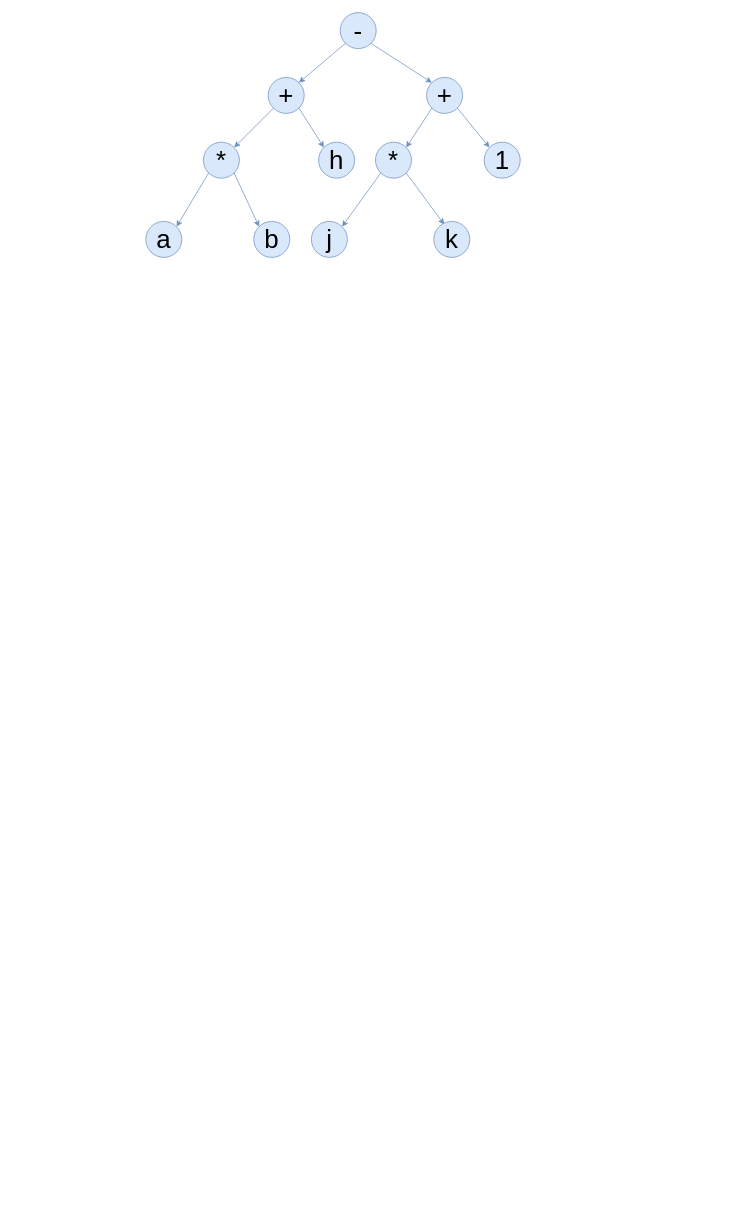
NealD00/Diagramin keeps this draw.io diagram as Actividad 9 compi.drawio. Above is the earlier version. Source tidied: cells renumbered, new cells numbered last; positions are measured from the earlier drawing's top-left corner, leaving out a move shared by most shapes. Both pictures are drawn from the tidied source at 72%, with x=0, y=0 at pixel (145, 12).
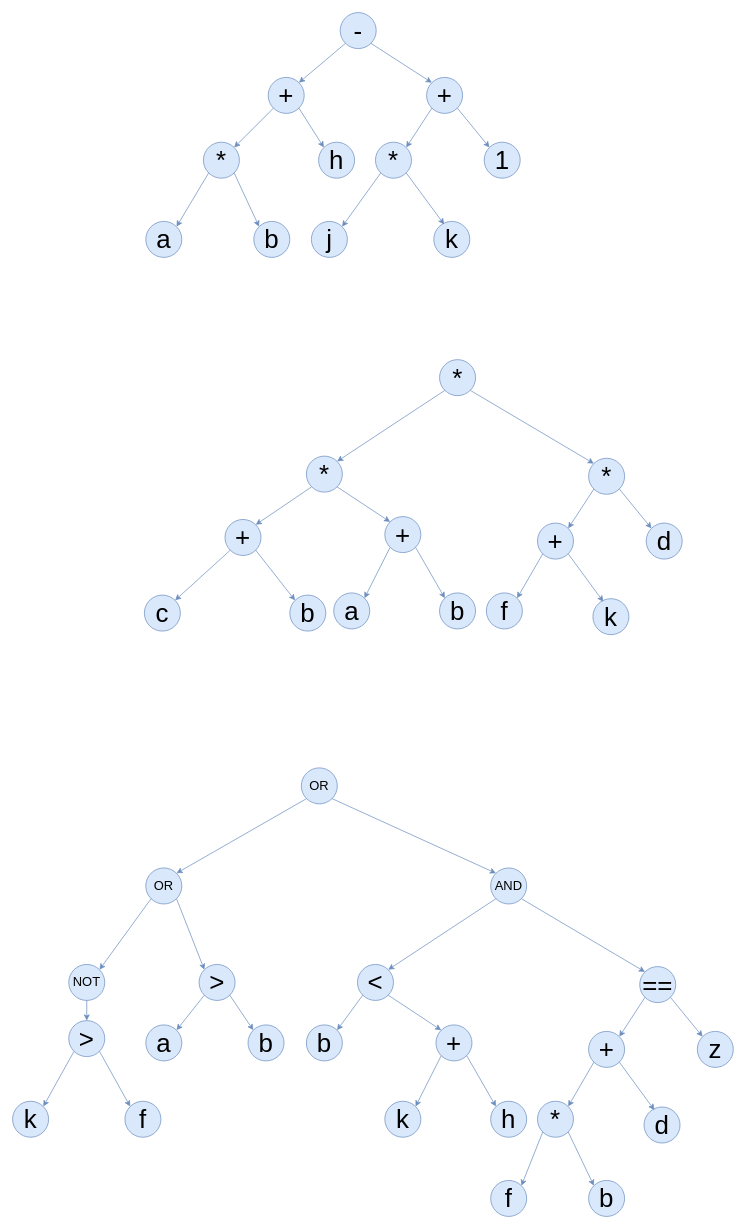
The same page after the edit.

The edit, as a diff of the source:
```diff
@@
+    <mxCell id="23" value="&lt;font style=&quot;font-size: 36px;&quot;&gt;*&lt;/font&gt;" style="ellipse;whiteSpace=wrap;html=1;fillColor=#dae8fc;strokeColor=#6c8ebf;" parent="1" vertex="1">
+      <mxGeometry x="408" y="482" width="50" height="50" as="geometry" />
+    </mxCell>
+    <mxCell id="24" value="&lt;font style=&quot;font-size: 36px;&quot;&gt;*&lt;/font&gt;" style="ellipse;whiteSpace=wrap;html=1;fillColor=#dae8fc;strokeColor=#6c8ebf;" parent="1" vertex="1">
+      <mxGeometry x="223" y="616" width="50" height="50" as="geometry" />
+    </mxCell>
+    <mxCell id="25" value="&lt;font style=&quot;font-size: 36px;&quot;&gt;*&lt;/font&gt;" style="ellipse;whiteSpace=wrap;html=1;fillColor=#dae8fc;strokeColor=#6c8ebf;" parent="1" vertex="1">
+      <mxGeometry x="615" y="619" width="50" height="50" as="geometry" />
+    </mxCell>
+    <mxCell id="26" value="&lt;font style=&quot;font-size: 36px;&quot;&gt;+&lt;/font&gt;" style="ellipse;whiteSpace=wrap;html=1;fillColor=#dae8fc;strokeColor=#6c8ebf;" parent="1" vertex="1">
+      <mxGeometry x="110" y="704" width="50" height="50" as="geometry" />
+    </mxCell>
+    <mxCell id="27" value="&lt;font style=&quot;font-size: 36px;&quot;&gt;+&lt;/font&gt;" style="ellipse;whiteSpace=wrap;html=1;fillColor=#dae8fc;strokeColor=#6c8ebf;" parent="1" vertex="1">
+      <mxGeometry x="332" y="700" width="50" height="50" as="geometry" />
+    </mxCell>
+    <mxCell id="28" value="&lt;span style=&quot;font-size: 36px;&quot;&gt;c&lt;/span&gt;" style="ellipse;whiteSpace=wrap;html=1;fillColor=#dae8fc;strokeColor=#6c8ebf;" parent="1" vertex="1">
+      <mxGeometry x="-2" y="809" width="50" height="50" as="geometry" />
+    </mxCell>
+    <mxCell id="29" value="&lt;font style=&quot;font-size: 36px;&quot;&gt;b&lt;/font&gt;" style="ellipse;whiteSpace=wrap;html=1;fillColor=#dae8fc;strokeColor=#6c8ebf;" parent="1" vertex="1">
+      <mxGeometry x="200" y="809" width="50" height="50" as="geometry" />
+    </mxCell>
+    <mxCell id="30" value="&lt;font style=&quot;font-size: 36px;&quot;&gt;+&lt;/font&gt;" style="ellipse;whiteSpace=wrap;html=1;fillColor=#dae8fc;strokeColor=#6c8ebf;" parent="1" vertex="1">
+      <mxGeometry x="544" y="709" width="50" height="50" as="geometry" />
+    </mxCell>
+    <mxCell id="31" value="&lt;font style=&quot;font-size: 36px;&quot;&gt;d&lt;/font&gt;" style="ellipse;whiteSpace=wrap;html=1;fillColor=#dae8fc;strokeColor=#6c8ebf;" parent="1" vertex="1">
+      <mxGeometry x="695" y="709" width="50" height="50" as="geometry" />
+    </mxCell>
+    <mxCell id="32" value="&lt;span style=&quot;font-size: 36px;&quot;&gt;f&lt;/span&gt;" style="ellipse;whiteSpace=wrap;html=1;fillColor=#dae8fc;strokeColor=#6c8ebf;" parent="1" vertex="1">
+      <mxGeometry x="473" y="806" width="50" height="50" as="geometry" />
+    </mxCell>
+    <mxCell id="33" value="&lt;font style=&quot;font-size: 36px;&quot;&gt;k&lt;/font&gt;" style="ellipse;whiteSpace=wrap;html=1;fillColor=#dae8fc;strokeColor=#6c8ebf;" parent="1" vertex="1">
+      <mxGeometry x="621" y="814" width="50" height="50" as="geometry" />
+    </mxCell>
+    <mxCell id="34" style="endArrow=classic;html=1;rounded=0;exitX=0;exitY=1;exitDx=0;exitDy=0;entryX=1;entryY=0;entryDx=0;entryDy=0;fillColor=#dae8fc;strokeColor=#6c8ebf;" parent="1" edge="1" source="23" target="24">
+      <mxGeometry relative="1" as="geometry" />
+    </mxCell>
+    <mxCell id="35" style="endArrow=classic;html=1;rounded=0;exitX=0;exitY=1;exitDx=0;exitDy=0;entryX=1;entryY=0;entryDx=0;entryDy=0;fillColor=#dae8fc;strokeColor=#6c8ebf;" parent="1" edge="1" source="24" target="26">
+      <mxGeometry relative="1" as="geometry" />
+    </mxCell>
+    <mxCell id="36" style="endArrow=classic;html=1;rounded=0;exitX=0;exitY=1;exitDx=0;exitDy=0;entryX=1;entryY=0;entryDx=0;entryDy=0;fillColor=#dae8fc;strokeColor=#6c8ebf;" parent="1" edge="1" source="26" target="28">
+      <mxGeometry relative="1" as="geometry" />
+    </mxCell>
+    <mxCell id="37" style="endArrow=classic;html=1;rounded=0;exitX=1;exitY=1;exitDx=0;exitDy=0;entryX=0;entryY=0;entryDx=0;entryDy=0;fillColor=#dae8fc;strokeColor=#6c8ebf;" parent="1" edge="1" source="26" target="29">
+      <mxGeometry relative="1" as="geometry" />
+    </mxCell>
+    <mxCell id="38" style="endArrow=classic;html=1;rounded=0;entryX=0;entryY=0;entryDx=0;entryDy=0;exitX=1;exitY=1;exitDx=0;exitDy=0;fillColor=#dae8fc;strokeColor=#6c8ebf;" parent="1" edge="1" source="24" target="27">
+      <mxGeometry relative="1" as="geometry" />
+    </mxCell>
+    <mxCell id="39" style="endArrow=classic;html=1;rounded=0;entryX=0;entryY=0;entryDx=0;entryDy=0;exitX=1;exitY=1;exitDx=0;exitDy=0;fillColor=#dae8fc;strokeColor=#6c8ebf;" parent="1" edge="1" source="23" target="25">
+      <mxGeometry relative="1" as="geometry" />
+    </mxCell>
+    <mxCell id="40" style="endArrow=classic;html=1;rounded=0;entryX=0;entryY=0;entryDx=0;entryDy=0;exitX=1;exitY=1;exitDx=0;exitDy=0;fillColor=#dae8fc;strokeColor=#6c8ebf;" parent="1" edge="1" source="25" target="31">
+      <mxGeometry relative="1" as="geometry" />
+    </mxCell>
+    <mxCell id="41" style="endArrow=classic;html=1;rounded=0;exitX=0;exitY=1;exitDx=0;exitDy=0;entryX=1;entryY=0;entryDx=0;entryDy=0;fillColor=#dae8fc;strokeColor=#6c8ebf;" parent="1" edge="1" source="25" target="30">
+      <mxGeometry relative="1" as="geometry" />
+    </mxCell>
+    <mxCell id="42" style="endArrow=classic;html=1;rounded=0;exitX=0;exitY=1;exitDx=0;exitDy=0;entryX=1;entryY=0;entryDx=0;entryDy=0;fillColor=#dae8fc;strokeColor=#6c8ebf;" parent="1" edge="1" source="30" target="32">
+      <mxGeometry relative="1" as="geometry" />
+    </mxCell>
+    <mxCell id="43" style="endArrow=classic;html=1;rounded=0;entryX=0.288;entryY=0.084;entryDx=0;entryDy=0;exitX=1;exitY=1;exitDx=0;exitDy=0;entryPerimeter=0;fillColor=#dae8fc;strokeColor=#6c8ebf;" parent="1" edge="1" source="30" target="33">
+      <mxGeometry relative="1" as="geometry" />
+    </mxCell>
+    <mxCell id="44" value="&lt;font style=&quot;font-size: 36px;&quot;&gt;a&lt;/font&gt;" style="ellipse;whiteSpace=wrap;html=1;fillColor=#dae8fc;strokeColor=#6c8ebf;" parent="1" vertex="1">
+      <mxGeometry x="261" y="806" width="50" height="50" as="geometry" />
+    </mxCell>
+    <mxCell id="45" value="&lt;font style=&quot;font-size: 36px;&quot;&gt;b&lt;/font&gt;" style="ellipse;whiteSpace=wrap;html=1;fillColor=#dae8fc;strokeColor=#6c8ebf;" parent="1" vertex="1">
+      <mxGeometry x="408" y="806" width="50" height="50" as="geometry" />
+    </mxCell>
+    <mxCell id="46" style="endArrow=classic;html=1;rounded=0;exitX=0;exitY=1;exitDx=0;exitDy=0;entryX=1;entryY=0;entryDx=0;entryDy=0;fillColor=#dae8fc;strokeColor=#6c8ebf;" parent="1" edge="1" source="27" target="44">
+      <mxGeometry relative="1" as="geometry" />
+    </mxCell>
+    <mxCell id="47" style="endArrow=classic;html=1;rounded=0;entryX=0;entryY=0;entryDx=0;entryDy=0;exitX=1;exitY=1;exitDx=0;exitDy=0;fillColor=#dae8fc;strokeColor=#6c8ebf;" parent="1" edge="1" source="27" target="45">
+      <mxGeometry relative="1" as="geometry" />
+    </mxCell>
+    <mxCell id="48" value="&lt;font style=&quot;font-size: 18px;&quot;&gt;AND&lt;/font&gt;" style="ellipse;whiteSpace=wrap;html=1;fillColor=#dae8fc;strokeColor=#6c8ebf;" parent="1" vertex="1">
+      <mxGeometry x="479" y="1188" width="50" height="50" as="geometry" />
+    </mxCell>
+    <mxCell id="49" value="&lt;font style=&quot;font-size: 36px;&quot;&gt;&amp;lt;&lt;/font&gt;" style="ellipse;whiteSpace=wrap;html=1;fillColor=#dae8fc;strokeColor=#6c8ebf;" parent="1" vertex="1">
+      <mxGeometry x="294" y="1322" width="50" height="50" as="geometry" />
+    </mxCell>
+    <mxCell id="50" value="&lt;font style=&quot;font-size: 36px;&quot;&gt;==&lt;/font&gt;" style="ellipse;whiteSpace=wrap;html=1;fillColor=#dae8fc;strokeColor=#6c8ebf;" parent="1" vertex="1">
+      <mxGeometry x="686" y="1325" width="50" height="50" as="geometry" />
+    </mxCell>
+    <mxCell id="51" value="&lt;font style=&quot;font-size: 36px;&quot;&gt;b&lt;/font&gt;" style="ellipse;whiteSpace=wrap;html=1;fillColor=#dae8fc;strokeColor=#6c8ebf;" parent="1" vertex="1">
+      <mxGeometry x="223" y="1406" width="50" height="50" as="geometry" />
+    </mxCell>
+    <mxCell id="52" value="&lt;font style=&quot;font-size: 36px;&quot;&gt;+&lt;/font&gt;" style="ellipse;whiteSpace=wrap;html=1;fillColor=#dae8fc;strokeColor=#6c8ebf;" parent="1" vertex="1">
+      <mxGeometry x="403" y="1406" width="50" height="50" as="geometry" />
+    </mxCell>
+    <mxCell id="53" value="&lt;span style=&quot;font-size: 36px;&quot;&gt;&amp;gt;&lt;/span&gt;" style="ellipse;whiteSpace=wrap;html=1;fillColor=#dae8fc;strokeColor=#6c8ebf;" parent="1" vertex="1">
+      <mxGeometry x="74" y="1322" width="50" height="50" as="geometry" />
+    </mxCell>
+    <mxCell id="54" value="&lt;font style=&quot;font-size: 36px;&quot;&gt;b&lt;/font&gt;" style="ellipse;whiteSpace=wrap;html=1;fillColor=#dae8fc;strokeColor=#6c8ebf;" parent="1" vertex="1">
+      <mxGeometry x="142" y="1406" width="50" height="50" as="geometry" />
+    </mxCell>
+    <mxCell id="55" value="&lt;font style=&quot;font-size: 36px;&quot;&gt;+&lt;/font&gt;" style="ellipse;whiteSpace=wrap;html=1;fillColor=#dae8fc;strokeColor=#6c8ebf;" parent="1" vertex="1">
+      <mxGeometry x="615" y="1415" width="50" height="50" as="geometry" />
+    </mxCell>
+    <mxCell id="56" value="&lt;span style=&quot;font-size: 36px;&quot;&gt;z&lt;/span&gt;" style="ellipse;whiteSpace=wrap;html=1;fillColor=#dae8fc;strokeColor=#6c8ebf;" parent="1" vertex="1">
+      <mxGeometry x="766" y="1415" width="50" height="50" as="geometry" />
+    </mxCell>
+    <mxCell id="57" value="&lt;span style=&quot;font-size: 36px;&quot;&gt;*&lt;/span&gt;" style="ellipse;whiteSpace=wrap;html=1;fillColor=#dae8fc;strokeColor=#6c8ebf;" parent="1" vertex="1">
+      <mxGeometry x="544" y="1512" width="50" height="50" as="geometry" />
+    </mxCell>
+    <mxCell id="58" value="&lt;font style=&quot;font-size: 36px;&quot;&gt;d&lt;/font&gt;" style="ellipse;whiteSpace=wrap;html=1;fillColor=#dae8fc;strokeColor=#6c8ebf;" parent="1" vertex="1">
+      <mxGeometry x="692" y="1520" width="50" height="50" as="geometry" />
+    </mxCell>
+    <mxCell id="59" style="endArrow=classic;html=1;rounded=0;exitX=0;exitY=1;exitDx=0;exitDy=0;entryX=1;entryY=0;entryDx=0;entryDy=0;fillColor=#dae8fc;strokeColor=#6c8ebf;" parent="1" edge="1" source="48" target="49">
+      <mxGeometry relative="1" as="geometry" />
+    </mxCell>
+    <mxCell id="60" style="endArrow=classic;html=1;rounded=0;exitX=0;exitY=1;exitDx=0;exitDy=0;entryX=1;entryY=0;entryDx=0;entryDy=0;fillColor=#dae8fc;strokeColor=#6c8ebf;" parent="1" edge="1" source="49" target="51">
+      <mxGeometry relative="1" as="geometry" />
+    </mxCell>
+    <mxCell id="61" style="endArrow=classic;html=1;rounded=0;entryX=0;entryY=0;entryDx=0;entryDy=0;fillColor=#dae8fc;strokeColor=#6c8ebf;exitX=1;exitY=1;exitDx=0;exitDy=0;" parent="1" edge="1" source="78" target="53">
+      <mxGeometry relative="1" as="geometry" />
+    </mxCell>
+    <mxCell id="62" style="endArrow=classic;html=1;rounded=0;entryX=0;entryY=0;entryDx=0;entryDy=0;fillColor=#dae8fc;strokeColor=#6c8ebf;exitX=1;exitY=1;exitDx=0;exitDy=0;" parent="1" edge="1" source="53" target="54">
+      <mxGeometry relative="1" as="geometry" />
+    </mxCell>
+    <mxCell id="63" style="endArrow=classic;html=1;rounded=0;entryX=0;entryY=0;entryDx=0;entryDy=0;exitX=1;exitY=1;exitDx=0;exitDy=0;fillColor=#dae8fc;strokeColor=#6c8ebf;" parent="1" edge="1" source="49" target="52">
+      <mxGeometry relative="1" as="geometry" />
+    </mxCell>
+    <mxCell id="64" style="endArrow=classic;html=1;rounded=0;entryX=0;entryY=0;entryDx=0;entryDy=0;exitX=1;exitY=1;exitDx=0;exitDy=0;fillColor=#dae8fc;strokeColor=#6c8ebf;" parent="1" edge="1" source="48" target="50">
+      <mxGeometry relative="1" as="geometry" />
+    </mxCell>
+    <mxCell id="65" style="endArrow=classic;html=1;rounded=0;entryX=0;entryY=0;entryDx=0;entryDy=0;exitX=1;exitY=1;exitDx=0;exitDy=0;fillColor=#dae8fc;strokeColor=#6c8ebf;" parent="1" edge="1" source="50" target="56">
+      <mxGeometry relative="1" as="geometry" />
+    </mxCell>
+    <mxCell id="66" style="endArrow=classic;html=1;rounded=0;exitX=0;exitY=1;exitDx=0;exitDy=0;entryX=1;entryY=0;entryDx=0;entryDy=0;fillColor=#dae8fc;strokeColor=#6c8ebf;" parent="1" edge="1" source="50" target="55">
+      <mxGeometry relative="1" as="geometry" />
+    </mxCell>
+    <mxCell id="67" style="endArrow=classic;html=1;rounded=0;exitX=0;exitY=1;exitDx=0;exitDy=0;entryX=1;entryY=0;entryDx=0;entryDy=0;fillColor=#dae8fc;strokeColor=#6c8ebf;" parent="1" edge="1" source="55" target="57">
+      <mxGeometry relative="1" as="geometry" />
+    </mxCell>
+    <mxCell id="68" style="endArrow=classic;html=1;rounded=0;entryX=0.288;entryY=0.084;entryDx=0;entryDy=0;exitX=1;exitY=1;exitDx=0;exitDy=0;entryPerimeter=0;fillColor=#dae8fc;strokeColor=#6c8ebf;" parent="1" edge="1" source="55" target="58">
+      <mxGeometry relative="1" as="geometry" />
+    </mxCell>
+    <mxCell id="69" value="&lt;font style=&quot;font-size: 36px;&quot;&gt;k&lt;/font&gt;" style="ellipse;whiteSpace=wrap;html=1;fillColor=#dae8fc;strokeColor=#6c8ebf;" parent="1" vertex="1">
+      <mxGeometry x="332" y="1512" width="50" height="50" as="geometry" />
+    </mxCell>
+    <mxCell id="70" value="&lt;font style=&quot;font-size: 36px;&quot;&gt;h&lt;/font&gt;" style="ellipse;whiteSpace=wrap;html=1;fillColor=#dae8fc;strokeColor=#6c8ebf;" parent="1" vertex="1">
+      <mxGeometry x="479" y="1512" width="50" height="50" as="geometry" />
+    </mxCell>
+    <mxCell id="71" style="endArrow=classic;html=1;rounded=0;exitX=0;exitY=1;exitDx=0;exitDy=0;entryX=1;entryY=0;entryDx=0;entryDy=0;fillColor=#dae8fc;strokeColor=#6c8ebf;" parent="1" edge="1" source="52" target="69">
+      <mxGeometry relative="1" as="geometry" />
+    </mxCell>
+    <mxCell id="72" style="endArrow=classic;html=1;rounded=0;entryX=0;entryY=0;entryDx=0;entryDy=0;exitX=1;exitY=1;exitDx=0;exitDy=0;fillColor=#dae8fc;strokeColor=#6c8ebf;" parent="1" edge="1" source="52" target="70">
+      <mxGeometry relative="1" as="geometry" />
+    </mxCell>
+    <mxCell id="73" value="&lt;span style=&quot;font-size: 36px;&quot;&gt;b&lt;/span&gt;" style="ellipse;whiteSpace=wrap;html=1;fillColor=#dae8fc;strokeColor=#6c8ebf;" parent="1" vertex="1">
+      <mxGeometry x="615" y="1622" width="50" height="50" as="geometry" />
+    </mxCell>
+    <mxCell id="74" value="&lt;span style=&quot;font-size: 36px;&quot;&gt;f&lt;/span&gt;" style="ellipse;whiteSpace=wrap;html=1;fillColor=#dae8fc;strokeColor=#6c8ebf;" parent="1" vertex="1">
+      <mxGeometry x="479" y="1622" width="50" height="50" as="geometry" />
+    </mxCell>
+    <mxCell id="75" style="endArrow=classic;html=1;rounded=0;exitX=0;exitY=1;exitDx=0;exitDy=0;entryX=1;entryY=0;entryDx=0;entryDy=0;fillColor=#dae8fc;strokeColor=#6c8ebf;" parent="1" edge="1" source="57" target="74">
+      <mxGeometry relative="1" as="geometry" />
+    </mxCell>
+    <mxCell id="76" style="endArrow=classic;html=1;rounded=0;entryX=0;entryY=0;entryDx=0;entryDy=0;exitX=1;exitY=1;exitDx=0;exitDy=0;fillColor=#dae8fc;strokeColor=#6c8ebf;" parent="1" edge="1" source="57" target="73">
+      <mxGeometry relative="1" as="geometry" />
+    </mxCell>
+    <mxCell id="77" value="&lt;span style=&quot;font-size: 18px;&quot;&gt;OR&lt;/span&gt;" style="ellipse;whiteSpace=wrap;html=1;fillColor=#dae8fc;strokeColor=#6c8ebf;" parent="1" vertex="1">
+      <mxGeometry x="216" y="1049" width="50" height="50" as="geometry" />
+    </mxCell>
+    <mxCell id="78" value="&lt;span style=&quot;font-size: 18px;&quot;&gt;OR&lt;/span&gt;" style="ellipse;whiteSpace=wrap;html=1;fillColor=#dae8fc;strokeColor=#6c8ebf;" parent="1" vertex="1">
+      <mxGeometry y="1188" width="50" height="50" as="geometry" />
+    </mxCell>
+    <mxCell id="79" value="&lt;span style=&quot;font-size: 18px;&quot;&gt;NOT&lt;/span&gt;" style="ellipse;whiteSpace=wrap;html=1;fillColor=#dae8fc;strokeColor=#6c8ebf;" parent="1" vertex="1">
+      <mxGeometry x="-107" y="1322" width="50" height="50" as="geometry" />
+    </mxCell>
+    <mxCell id="80" value="&lt;span style=&quot;font-size: 36px;&quot;&gt;a&lt;/span&gt;" style="ellipse;whiteSpace=wrap;html=1;fillColor=#dae8fc;strokeColor=#6c8ebf;" parent="1" vertex="1">
+      <mxGeometry y="1406" width="50" height="50" as="geometry" />
+    </mxCell>
+    <mxCell id="81" style="endArrow=classic;html=1;rounded=0;exitX=0;exitY=1;exitDx=0;exitDy=0;entryX=1;entryY=0;entryDx=0;entryDy=0;fillColor=#dae8fc;strokeColor=#6c8ebf;" parent="1" edge="1" source="53" target="80">
+      <mxGeometry relative="1" as="geometry" />
+    </mxCell>
+    <mxCell id="82" value="&lt;span style=&quot;font-size: 36px;&quot;&gt;&amp;gt;&lt;/span&gt;" style="ellipse;whiteSpace=wrap;html=1;fillColor=#dae8fc;strokeColor=#6c8ebf;" parent="1" vertex="1">
+      <mxGeometry x="-107" y="1400" width="50" height="50" as="geometry" />
+    </mxCell>
+    <mxCell id="83" value="&lt;span style=&quot;font-size: 36px;&quot;&gt;k&lt;/span&gt;" style="ellipse;whiteSpace=wrap;html=1;fillColor=#dae8fc;strokeColor=#6c8ebf;" parent="1" vertex="1">
+      <mxGeometry x="-185" y="1512" width="50" height="50" as="geometry" />
+    </mxCell>
+    <mxCell id="84" value="&lt;span style=&quot;font-size: 36px;&quot;&gt;f&lt;/span&gt;" style="ellipse;whiteSpace=wrap;html=1;fillColor=#dae8fc;strokeColor=#6c8ebf;" parent="1" vertex="1">
+      <mxGeometry x="-29" y="1512" width="50" height="50" as="geometry" />
+    </mxCell>
+    <mxCell id="85" style="endArrow=classic;html=1;rounded=0;exitX=0;exitY=1;exitDx=0;exitDy=0;entryX=1;entryY=0;entryDx=0;entryDy=0;fillColor=#dae8fc;strokeColor=#6c8ebf;" parent="1" edge="1" source="77" target="78">
+      <mxGeometry relative="1" as="geometry" />
+    </mxCell>
+    <mxCell id="86" style="endArrow=classic;html=1;rounded=0;entryX=0;entryY=0;entryDx=0;entryDy=0;exitX=1;exitY=1;exitDx=0;exitDy=0;fillColor=#dae8fc;strokeColor=#6c8ebf;" parent="1" edge="1" source="77" target="48">
+      <mxGeometry relative="1" as="geometry" />
+    </mxCell>
+    <mxCell id="87" style="endArrow=classic;html=1;rounded=0;exitX=0.5;exitY=1;exitDx=0;exitDy=0;entryX=0.5;entryY=0;entryDx=0;entryDy=0;fillColor=#dae8fc;strokeColor=#6c8ebf;" parent="1" edge="1" source="79" target="82">
+      <mxGeometry relative="1" as="geometry" />
+    </mxCell>
+    <mxCell id="88" style="endArrow=classic;html=1;rounded=0;exitX=0;exitY=1;exitDx=0;exitDy=0;entryX=1;entryY=0;entryDx=0;entryDy=0;fillColor=#dae8fc;strokeColor=#6c8ebf;" parent="1" edge="1" source="78" target="79">
+      <mxGeometry relative="1" as="geometry" />
+    </mxCell>
+    <mxCell id="89" style="endArrow=classic;html=1;rounded=0;exitX=0;exitY=1;exitDx=0;exitDy=0;entryX=1;entryY=0;entryDx=0;entryDy=0;fillColor=#dae8fc;strokeColor=#6c8ebf;" parent="1" edge="1" source="82" target="83">
+      <mxGeometry relative="1" as="geometry" />
+    </mxCell>
+    <mxCell id="90" style="endArrow=classic;html=1;rounded=0;fillColor=#dae8fc;strokeColor=#6c8ebf;exitX=1;exitY=1;exitDx=0;exitDy=0;entryX=0;entryY=0;entryDx=0;entryDy=0;" parent="1" edge="1" source="82" target="84">
+      <mxGeometry relative="1" as="geometry" />
+    </mxCell>
```
